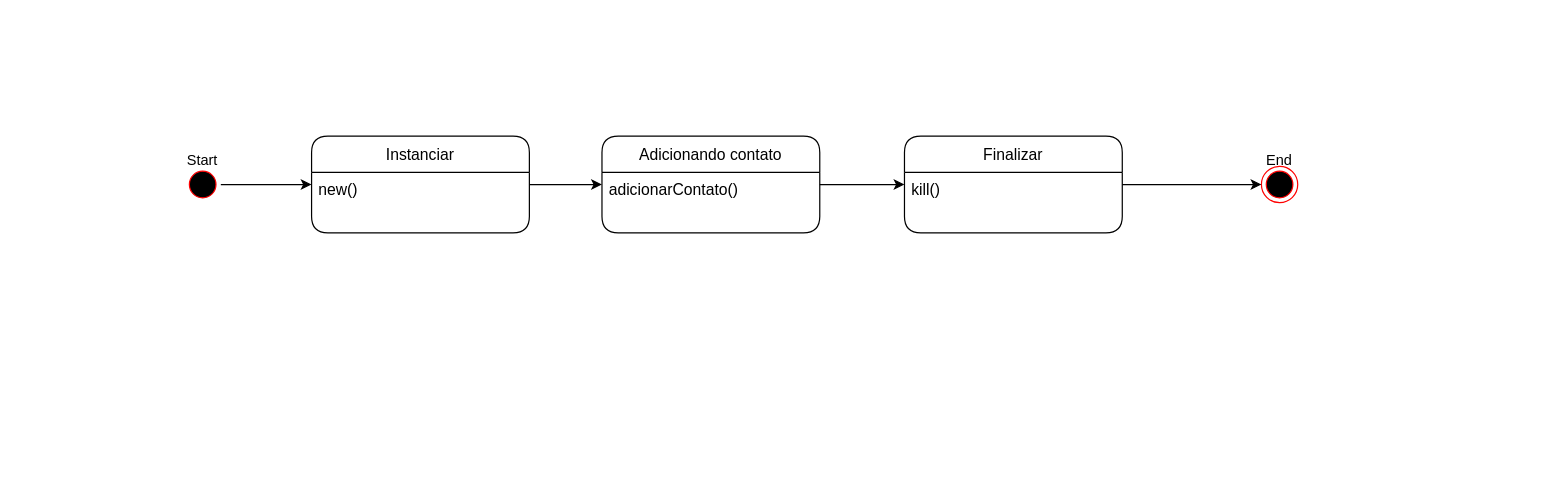
The draw.io diagram diagramaEstados/EstadosListaContatos.drawio in EijiDogen/BrainForHire, before the edit. Source tidied: cells renumbered, new cells numbered last; positions are measured from the earlier drawing's top-left corner, leaving out a move shared by most shapes. Both pictures are drawn from the tidied source at 121%, with x=0, y=0 at pixel (166, 136).
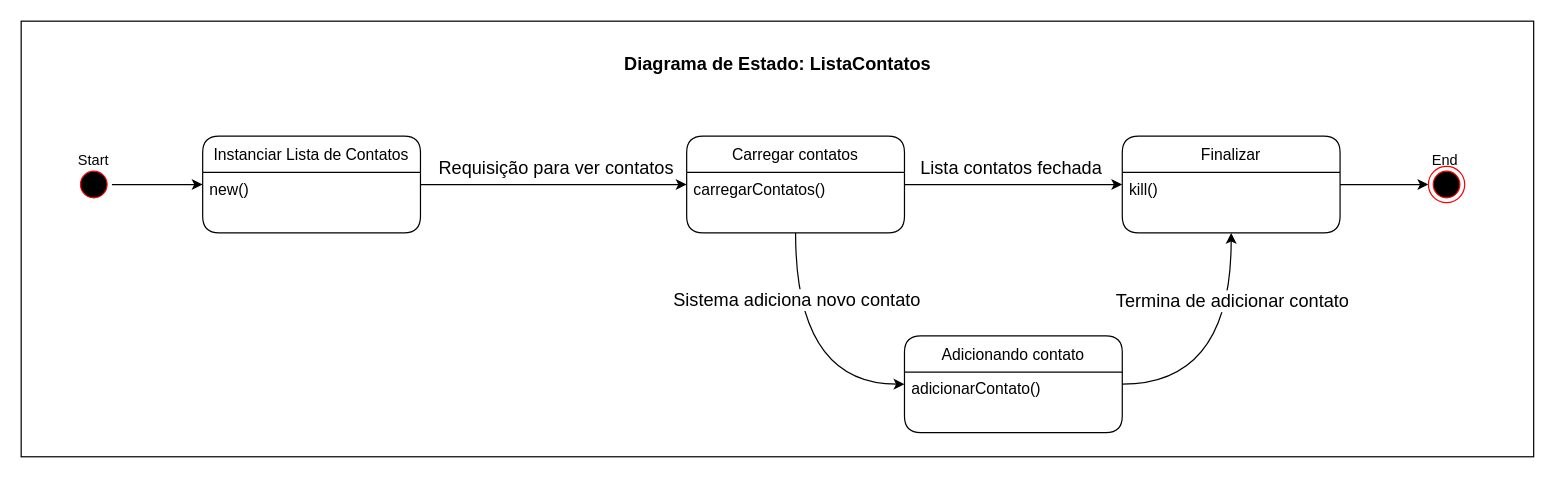
The same page after the edit.

Change to the diagram source:
```diff
@@
+    <mxCell id="18" parent="0" />
+    <mxCell id="19" style="rounded=0;whiteSpace=wrap;html=1;fontSize=15;" parent="18" vertex="1">
+      <mxGeometry x="-120" y="-95" width="1250" height="360" as="geometry" />
+    </mxCell>
+    <mxCell id="20" value="Diagrama de Estado: ListaContatos" style="text;html=1;strokeColor=none;fillColor=none;align=center;verticalAlign=middle;whiteSpace=wrap;rounded=0;fontSize=15;fontStyle=1;" parent="18" vertex="1">
+      <mxGeometry x="327.5" y="-75" width="355" height="30" as="geometry" />
+    </mxCell>
@@
     <mxCell id="2" style="group;" parent="1" vertex="1">
-      <mxGeometry y="5" width="60" height="50" as="geometry" />
+      <mxGeometry x="-90" y="5" width="60" height="50" as="geometry" />
     </mxCell>
@@
-    <mxCell id="5" style="group;" parent="1" vertex="1">
-      <mxGeometry x="890" y="5" width="60" height="50" as="geometry" />
-    </mxCell>
-    <mxCell id="6" style="ellipse;html=1;shape=endState;fillColor=#000000;strokeColor=#ff0000;rounded=1;" parent="5" vertex="1">
-      <mxGeometry x="15" y="20" width="30" height="30" as="geometry" />
-    </mxCell>
-    <mxCell id="7" value="End" style="text;html=1;strokeColor=none;fillColor=none;align=center;verticalAlign=middle;whiteSpace=wrap;rounded=0;" parent="5" vertex="1">
-      <mxGeometry width="60" height="30" as="geometry" />
-    </mxCell>
@@
     <mxCell id="10" value="Finalizar" style="swimlane;fontStyle=0;horizontal=1;startSize=30;rounded=1;fontSize=13;" parent="1" vertex="1">
-      <mxGeometry x="610" width="180" height="80" as="geometry" />
+      <mxGeometry x="790" width="180" height="80" as="geometry" />
     </mxCell>
@@
-    <mxCell id="12" style="edgeStyle=orthogonalEdgeStyle;rounded=0;jettySize=auto;html=1;" parent="1" edge="1" source="13" target="16">
-      <mxGeometry relative="1" as="geometry" />
-    </mxCell>
+    <mxCell id="21" style="edgeStyle=orthogonalEdgeStyle;rounded=0;jettySize=auto;html=1;fontSize=15;" parent="1" edge="1" source="13" target="28">
+      <mxGeometry relative="1" as="geometry" />
+    </mxCell>
+    <mxCell id="22" value="Requisição para ver contatos" style="edgeLabel;html=1;align=center;verticalAlign=middle;fontSize=15;" parent="21" vertex="1">
+      <mxGeometry x="-0.31" y="1" relative="1" as="geometry">
+        <mxPoint x="35" y="-14" as="offset" />
+      </mxGeometry>
+    </mxCell>
-    <mxCell id="13" value="Instanciar" style="swimlane;fontStyle=0;horizontal=1;startSize=30;rounded=1;fontSize=13;" parent="1" vertex="1">
-      <mxGeometry x="120" width="180" height="80" as="geometry" />
+    <mxCell id="13" value="Instanciar Lista de Contatos" style="swimlane;fontStyle=0;horizontal=1;startSize=30;rounded=1;fontSize=13;" parent="1" vertex="1">
+      <mxGeometry x="30" width="180" height="80" as="geometry" />
     </mxCell>
@@
-    <mxCell id="15" style="edgeStyle=orthogonalEdgeStyle;rounded=0;jettySize=auto;html=1;" parent="1" edge="1" source="16" target="10">
-      <mxGeometry relative="1" as="geometry" />
+    <mxCell id="15" style="edgeStyle=orthogonalEdgeStyle;curved=1;rounded=0;jettySize=auto;html=1;fontSize=15;" parent="1" edge="1" source="16" target="10">
+      <mxGeometry relative="1" as="geometry">
+        <Array as="points">
+          <mxPoint x="880" y="205" />
+        </Array>
+      </mxGeometry>
     </mxCell>
+    <mxCell id="23" value="Termina de adicionar contato" style="edgeLabel;html=1;align=center;verticalAlign=middle;fontSize=15;" parent="15" vertex="1">
+      <mxGeometry x="0.33" y="14" relative="1" as="geometry">
+        <mxPoint x="14" y="-17" as="offset" />
+      </mxGeometry>
+    </mxCell>
     <mxCell id="16" value="Adicionando contato" style="swimlane;fontStyle=0;horizontal=1;startSize=30;rounded=1;fontSize=13;" parent="1" vertex="1">
-      <mxGeometry x="360" width="180" height="80" as="geometry" />
+      <mxGeometry x="610" y="165" width="180" height="80" as="geometry" />
     </mxCell>
@@
+    <mxCell id="24" style="edgeStyle=orthogonalEdgeStyle;rounded=0;jettySize=auto;html=1;fontSize=15;" parent="1" edge="1" source="28" target="10">
+      <mxGeometry relative="1" as="geometry" />
+    </mxCell>
+    <mxCell id="25" value="Lista contatos fechada" style="edgeLabel;html=1;align=center;verticalAlign=middle;fontSize=15;" parent="24" vertex="1">
+      <mxGeometry x="-0.2" y="-3" relative="1" as="geometry">
+        <mxPoint x="15" y="-18" as="offset" />
+      </mxGeometry>
+    </mxCell>
+    <mxCell id="26" style="edgeStyle=orthogonalEdgeStyle;rounded=0;jettySize=auto;html=1;fontSize=15;curved=1;" parent="1" edge="1" source="28" target="16">
+      <mxGeometry relative="1" as="geometry">
+        <Array as="points">
+          <mxPoint x="520" y="205" />
+        </Array>
+      </mxGeometry>
+    </mxCell>
+    <mxCell id="27" value="Sistema adiciona novo contato" style="edgeLabel;html=1;align=center;verticalAlign=middle;fontSize=15;" parent="26" vertex="1">
+      <mxGeometry x="-0.57" y="4" relative="1" as="geometry">
+        <mxPoint x="-4" y="8" as="offset" />
+      </mxGeometry>
+    </mxCell>
+    <mxCell id="28" value="Carregar contatos" style="swimlane;fontStyle=0;horizontal=1;startSize=30;rounded=1;fontSize=13;" parent="1" vertex="1">
+      <mxGeometry x="430" width="180" height="80" as="geometry" />
+    </mxCell>
+    <mxCell id="29" value="carregarContatos()" style="text;strokeColor=none;fillColor=none;align=left;verticalAlign=top;spacingLeft=4;spacingRight=4;overflow=hidden;fontSize=13;" parent="28" vertex="1">
+      <mxGeometry y="30" width="180" height="50" as="geometry" />
+    </mxCell>
+    <mxCell id="7" value="End" style="text;html=1;strokeColor=none;fillColor=none;align=center;verticalAlign=middle;whiteSpace=wrap;rounded=0;" parent="1" vertex="1">
+      <mxGeometry x="1027" y="5" width="60" height="30" as="geometry" />
+    </mxCell>
+    <mxCell id="6" style="ellipse;html=1;shape=endState;fillColor=#000000;strokeColor=#ff0000;rounded=1;" parent="1" vertex="1">
+      <mxGeometry x="1043" y="25" width="30" height="30" as="geometry" />
+    </mxCell>
```
